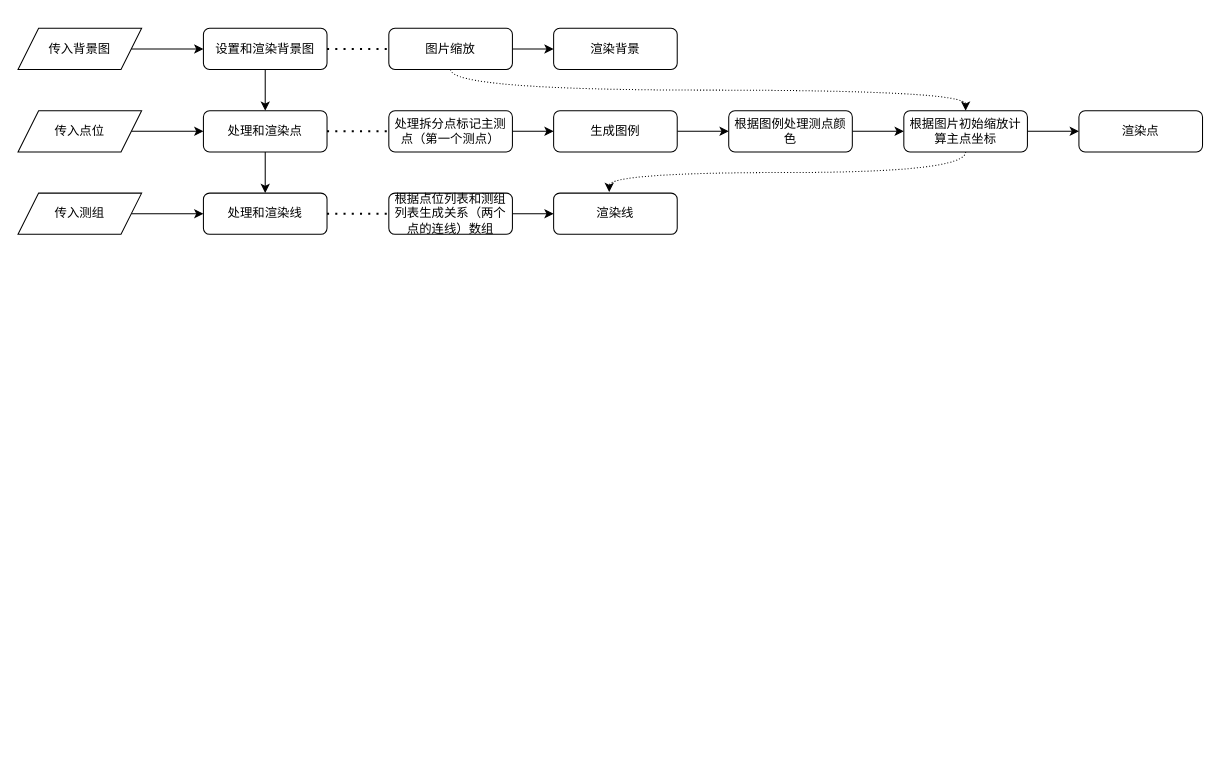
Above: 未命名绘图.drawio in inkn/drawio (draw.io), before the change. Source tidied: cells renumbered, new cells numbered last; positions are measured from the earlier drawing's top-left corner, leaving out a move shared by most shapes. Both pictures are drawn from the tidied source at 103%, with x=0, y=0 at pixel (18, 28).
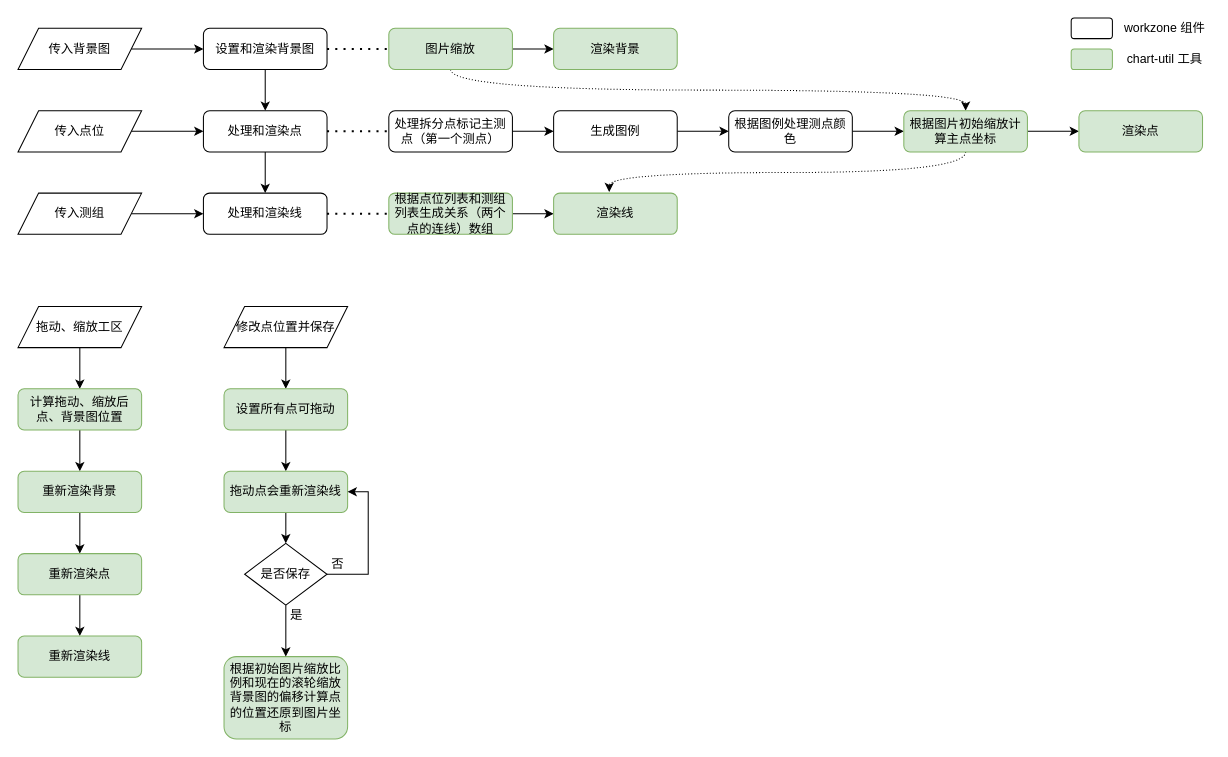
The same page after the edit.

Diff of the diagram source:
```diff
@@
-    <mxCell id="15" value="图片缩放" style="rounded=1;whiteSpace=wrap;html=1;fontSize=12;glass=0;strokeWidth=1;shadow=0;" parent="1" vertex="1">
+    <mxCell id="15" value="图片缩放" style="rounded=1;whiteSpace=wrap;html=1;fontSize=12;glass=0;strokeWidth=1;shadow=0;fillColor=#d5e8d4;strokeColor=#82b366;" parent="1" vertex="1">
       <mxGeometry x="360" width="120" height="40" as="geometry" />
     </mxCell>
@@
-    <mxCell id="26" value="根据图片初始缩放计算主点坐标" style="rounded=1;whiteSpace=wrap;html=1;fontSize=12;glass=0;strokeWidth=1;shadow=0;" parent="1" vertex="1">
+    <mxCell id="26" value="根据图片初始缩放计算主点坐标" style="rounded=1;whiteSpace=wrap;html=1;fontSize=12;glass=0;strokeWidth=1;shadow=0;fillColor=#d5e8d4;strokeColor=#82b366;" parent="1" vertex="1">
       <mxGeometry x="860" y="80" width="120" height="40" as="geometry" />
     </mxCell>
@@
-    <mxCell id="28" value="根据点位列表和测组列表生成关系（两个点的连线）数组" style="rounded=1;whiteSpace=wrap;html=1;fontSize=12;glass=0;strokeWidth=1;shadow=0;" parent="1" vertex="1">
+    <mxCell id="28" value="根据点位列表和测组列表生成关系（两个点的连线）数组" style="rounded=1;whiteSpace=wrap;html=1;fontSize=12;glass=0;strokeWidth=1;shadow=0;fillColor=#d5e8d4;strokeColor=#82b366;" parent="1" vertex="1">
       <mxGeometry x="360" y="160" width="120" height="40" as="geometry" />
     </mxCell>
@@
-    <mxCell id="30" value="渲染点" style="rounded=1;whiteSpace=wrap;html=1;fontSize=12;glass=0;strokeWidth=1;shadow=0;" parent="1" vertex="1">
+    <mxCell id="30" value="渲染点" style="rounded=1;whiteSpace=wrap;html=1;fontSize=12;glass=0;strokeWidth=1;shadow=0;fillColor=#d5e8d4;strokeColor=#82b366;" parent="1" vertex="1">
       <mxGeometry x="1030" y="80" width="120" height="40" as="geometry" />
     </mxCell>
-    <mxCell id="31" value="渲染线" style="rounded=1;whiteSpace=wrap;html=1;fontSize=12;glass=0;strokeWidth=1;shadow=0;" parent="1" vertex="1">
+    <mxCell id="31" value="渲染线" style="rounded=1;whiteSpace=wrap;html=1;fontSize=12;glass=0;strokeWidth=1;shadow=0;fillColor=#d5e8d4;strokeColor=#82b366;" parent="1" vertex="1">
       <mxGeometry x="520" y="160" width="120" height="40" as="geometry" />
     </mxCell>
-    <mxCell id="32" value="渲染背景" style="rounded=1;whiteSpace=wrap;html=1;fontSize=12;glass=0;strokeWidth=1;shadow=0;" parent="1" vertex="1">
+    <mxCell id="32" value="渲染背景" style="rounded=1;whiteSpace=wrap;html=1;fontSize=12;glass=0;strokeWidth=1;shadow=0;fillColor=#d5e8d4;strokeColor=#82b366;" parent="1" vertex="1">
       <mxGeometry x="520" width="120" height="40" as="geometry" />
     </mxCell>
+    <mxCell id="33" style="rounded=1;whiteSpace=wrap;html=1;fontSize=12;glass=0;strokeWidth=1;shadow=0;" parent="1" vertex="1">
+      <mxGeometry x="1022.5" y="-10" width="40" height="20" as="geometry" />
+    </mxCell>
+    <mxCell id="34" value="workzone 组件" style="text;html=1;align=center;verticalAlign=middle;" parent="1" vertex="1">
+      <mxGeometry x="1067.5" y="-10" width="90" height="20" as="geometry" />
+    </mxCell>
+    <mxCell id="35" style="rounded=1;whiteSpace=wrap;html=1;fontSize=12;glass=0;strokeWidth=1;shadow=0;fillColor=#d5e8d4;strokeColor=#82b366;" parent="1" vertex="1">
+      <mxGeometry x="1022.5" y="20" width="40" height="20" as="geometry" />
+    </mxCell>
+    <mxCell id="36" value="chart-util 工具" style="text;html=1;align=center;verticalAlign=middle;" parent="1" vertex="1">
+      <mxGeometry x="1067.5" y="20" width="90" height="20" as="geometry" />
+    </mxCell>
+    <mxCell id="37" style="edgeStyle=orthogonalEdgeStyle;curved=1;rounded=0;jettySize=auto;html=1;" parent="1" edge="1" source="38" target="40">
+      <mxGeometry relative="1" as="geometry" />
+    </mxCell>
+    <mxCell id="38" value="拖动、缩放工区" style="shape=parallelogram;perimeter=parallelogramPerimeter;whiteSpace=wrap;html=1;fixedSize=1;" parent="1" vertex="1">
+      <mxGeometry y="270" width="120" height="40" as="geometry" />
+    </mxCell>
+    <mxCell id="39" style="edgeStyle=orthogonalEdgeStyle;curved=1;rounded=0;jettySize=auto;html=1;" parent="1" edge="1" source="40" target="42">
+      <mxGeometry relative="1" as="geometry" />
+    </mxCell>
+    <mxCell id="40" value="计算拖动、缩放后点、背景图位置" style="rounded=1;whiteSpace=wrap;html=1;fontSize=12;glass=0;strokeWidth=1;shadow=0;fillColor=#d5e8d4;strokeColor=#82b366;" parent="1" vertex="1">
+      <mxGeometry y="350" width="120" height="40" as="geometry" />
+    </mxCell>
+    <mxCell id="41" style="edgeStyle=orthogonalEdgeStyle;curved=1;rounded=0;jettySize=auto;html=1;" parent="1" edge="1" source="42" target="44">
+      <mxGeometry relative="1" as="geometry" />
+    </mxCell>
+    <mxCell id="42" value="重新渲染背景" style="rounded=1;whiteSpace=wrap;html=1;fontSize=12;glass=0;strokeWidth=1;shadow=0;fillColor=#d5e8d4;strokeColor=#82b366;" parent="1" vertex="1">
+      <mxGeometry y="430" width="120" height="40" as="geometry" />
+    </mxCell>
+    <mxCell id="43" style="edgeStyle=orthogonalEdgeStyle;curved=1;rounded=0;jettySize=auto;html=1;" parent="1" edge="1" source="44" target="45">
+      <mxGeometry relative="1" as="geometry" />
+    </mxCell>
+    <mxCell id="44" value="重新渲染点" style="rounded=1;whiteSpace=wrap;html=1;fontSize=12;glass=0;strokeWidth=1;shadow=0;fillColor=#d5e8d4;strokeColor=#82b366;" parent="1" vertex="1">
+      <mxGeometry y="510" width="120" height="40" as="geometry" />
+    </mxCell>
+    <mxCell id="45" value="重新渲染线" style="rounded=1;whiteSpace=wrap;html=1;fontSize=12;glass=0;strokeWidth=1;shadow=0;fillColor=#d5e8d4;strokeColor=#82b366;" parent="1" vertex="1">
+      <mxGeometry y="590" width="120" height="40" as="geometry" />
+    </mxCell>
+    <mxCell id="46" style="edgeStyle=orthogonalEdgeStyle;curved=1;rounded=0;jettySize=auto;html=1;" parent="1" edge="1" source="47" target="49">
+      <mxGeometry relative="1" as="geometry" />
+    </mxCell>
+    <mxCell id="47" value="修改点位置并保存" style="shape=parallelogram;perimeter=parallelogramPerimeter;whiteSpace=wrap;html=1;fixedSize=1;" parent="1" vertex="1">
+      <mxGeometry x="200" y="270" width="120" height="40" as="geometry" />
+    </mxCell>
+    <mxCell id="48" style="edgeStyle=orthogonalEdgeStyle;curved=1;rounded=0;jettySize=auto;html=1;" parent="1" edge="1" source="49" target="51">
+      <mxGeometry relative="1" as="geometry" />
+    </mxCell>
+    <mxCell id="49" value="设置所有点可拖动" style="rounded=1;whiteSpace=wrap;html=1;fontSize=12;glass=0;strokeWidth=1;shadow=0;fillColor=#d5e8d4;strokeColor=#82b366;" parent="1" vertex="1">
+      <mxGeometry x="200" y="350" width="120" height="40" as="geometry" />
+    </mxCell>
+    <mxCell id="50" style="edgeStyle=orthogonalEdgeStyle;curved=1;rounded=0;jettySize=auto;html=1;entryX=0.5;entryY=0;entryDx=0;entryDy=0;" parent="1" edge="1" source="51" target="55">
+      <mxGeometry relative="1" as="geometry" />
+    </mxCell>
+    <mxCell id="51" value="拖动点会重新渲染线" style="rounded=1;whiteSpace=wrap;html=1;fontSize=12;glass=0;strokeWidth=1;shadow=0;fillColor=#d5e8d4;strokeColor=#82b366;" parent="1" vertex="1">
+      <mxGeometry x="200" y="430" width="120" height="40" as="geometry" />
+    </mxCell>
+    <mxCell id="52" value="根据初始图片缩放比例和现在的滚轮缩放背景图的偏移计算点的位置还原到图片坐标" style="rounded=1;whiteSpace=wrap;html=1;fontSize=12;glass=0;strokeWidth=1;shadow=0;fillColor=#d5e8d4;strokeColor=#82b366;" parent="1" vertex="1">
+      <mxGeometry x="200" y="610" width="120" height="80" as="geometry" />
+    </mxCell>
+    <mxCell id="53" style="edgeStyle=orthogonalEdgeStyle;curved=1;rounded=0;jettySize=auto;html=1;" parent="1" edge="1" source="55" target="52">
+      <mxGeometry relative="1" as="geometry" />
+    </mxCell>
+    <mxCell id="54" style="edgeStyle=orthogonalEdgeStyle;rounded=0;jettySize=auto;html=1;entryX=1;entryY=0.5;entryDx=0;entryDy=0;" parent="1" edge="1" source="55" target="51">
+      <mxGeometry relative="1" as="geometry">
+        <Array as="points">
+          <mxPoint x="340" y="530" />
+          <mxPoint x="340" y="450" />
+        </Array>
+      </mxGeometry>
+    </mxCell>
+    <mxCell id="55" value="是否保存" style="rhombus;whiteSpace=wrap;html=1;" parent="1" vertex="1">
+      <mxGeometry x="220" y="500" width="80" height="60" as="geometry" />
+    </mxCell>
+    <mxCell id="56" value="是" style="text;html=1;align=center;verticalAlign=middle;" parent="1" vertex="1">
+      <mxGeometry x="255" y="560" width="30" height="20" as="geometry" />
+    </mxCell>
+    <mxCell id="57" value="否" style="text;html=1;align=center;verticalAlign=middle;" parent="1" vertex="1">
+      <mxGeometry x="295" y="510" width="30" height="20" as="geometry" />
+    </mxCell>
```
